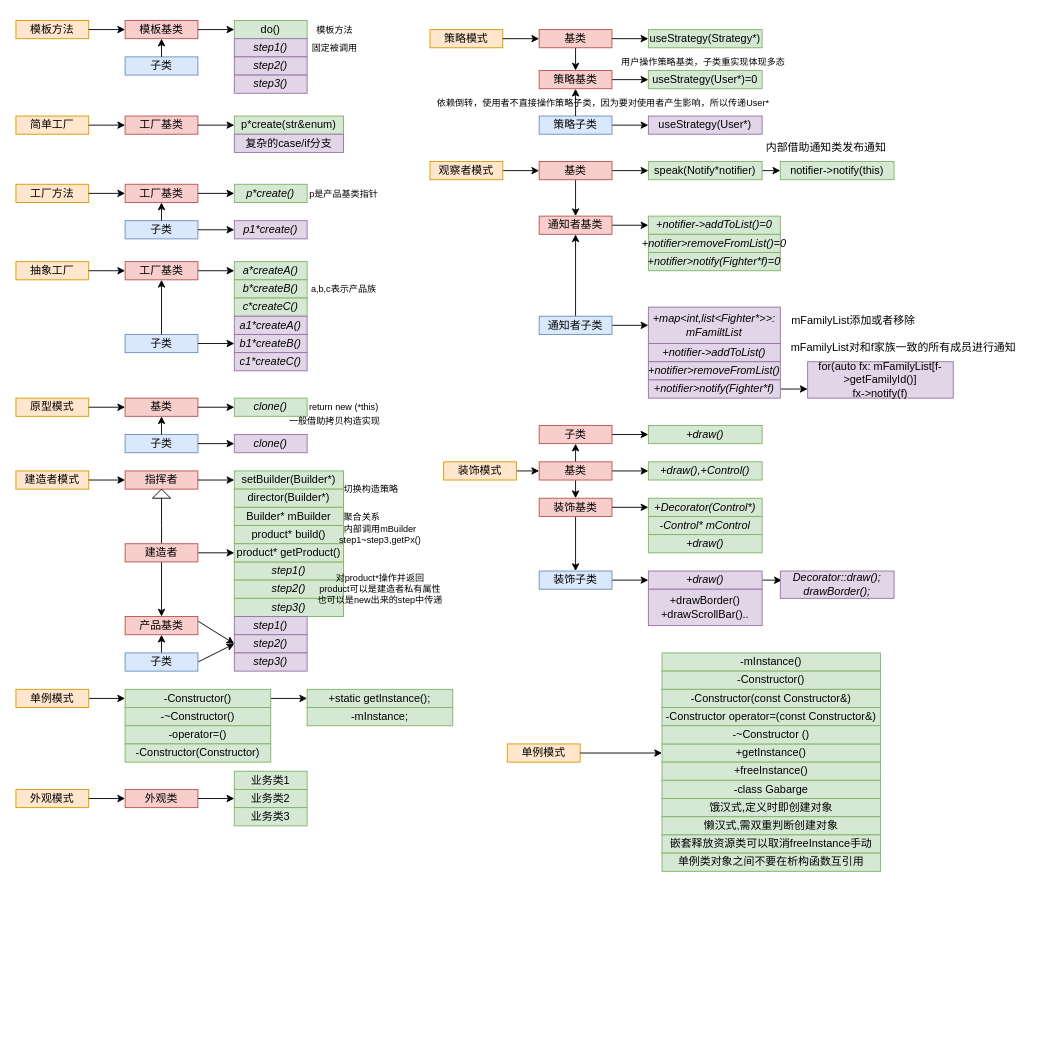
This is designMode.drawio from chenbei97/C--DesignMode, a draw.io file, before an edit. Source tidied: cells renumbered, new cells numbered last; positions are measured from the earlier drawing's top-left corner, leaving out a move shared by most shapes. Both pictures are drawn from the tidied source at 91%, with x=0, y=0 at pixel (15, 15).
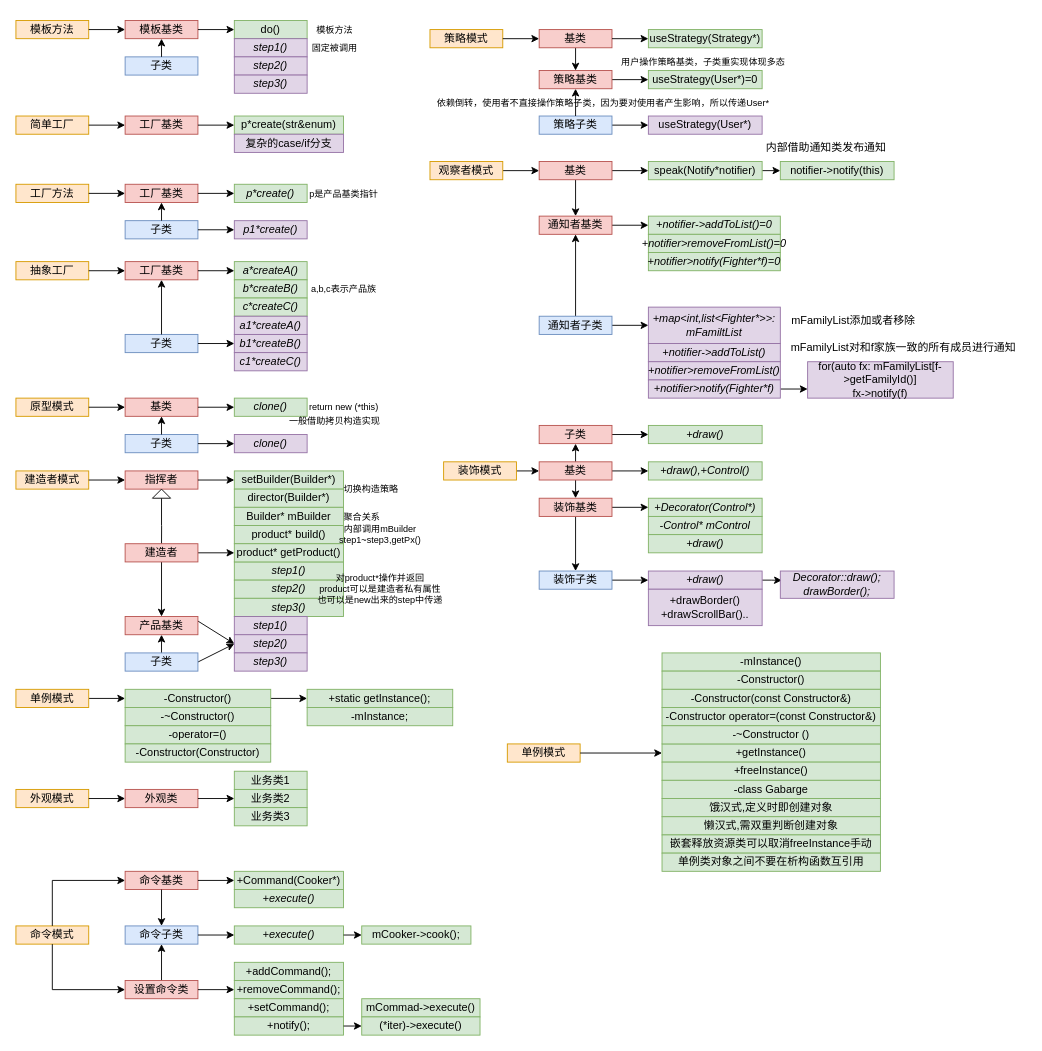
Above is the later version.

The edit, as a diff of the source:
```diff
@@
+    <mxCell id="185" style="group;" parent="1" vertex="1">
+      <mxGeometry y="940" width="510" height="180" as="geometry" />
+    </mxCell>
+    <mxCell id="186" value="命令模式" style="whiteSpace=wrap;html=1;fillColor=#ffe6cc;strokeColor=#d79b00;" parent="185" vertex="1">
+      <mxGeometry y="60" width="80" height="20" as="geometry" />
+    </mxCell>
+    <mxCell id="187" value="命令基类" style="whiteSpace=wrap;html=1;fillColor=#f8cecc;strokeColor=#b85450;" parent="185" vertex="1">
+      <mxGeometry x="120" width="80" height="20" as="geometry" />
+    </mxCell>
+    <mxCell id="188" style="edgeStyle=orthogonalEdgeStyle;html=1;exitX=0.5;exitY=0;exitDx=0;exitDy=0;entryX=0;entryY=0.5;entryDx=0;entryDy=0;rounded=0;" parent="185" edge="1" source="186" target="187">
+      <mxGeometry relative="1" as="geometry" />
+    </mxCell>
+    <mxCell id="189" value="命令子类" style="whiteSpace=wrap;html=1;fillColor=#dae8fc;strokeColor=#6c8ebf;" parent="185" vertex="1">
+      <mxGeometry x="120" y="60" width="80" height="20" as="geometry" />
+    </mxCell>
+    <mxCell id="190" style="edgeStyle=none;html=1;exitX=0.5;exitY=1;exitDx=0;exitDy=0;" parent="185" edge="1" source="187" target="189">
+      <mxGeometry relative="1" as="geometry" />
+    </mxCell>
+    <mxCell id="191" value="+Command(Cooker*)" style="whiteSpace=wrap;html=1;fillColor=#d5e8d4;strokeColor=#82b366;" parent="185" vertex="1">
+      <mxGeometry x="240" width="120" height="20" as="geometry" />
+    </mxCell>
+    <mxCell id="192" style="edgeStyle=none;html=1;exitX=1;exitY=0.5;exitDx=0;exitDy=0;entryX=0;entryY=0.5;entryDx=0;entryDy=0;" parent="185" edge="1" source="187" target="191">
+      <mxGeometry relative="1" as="geometry" />
+    </mxCell>
+    <mxCell id="193" value="&lt;i&gt;+execute()&lt;/i&gt;" style="whiteSpace=wrap;html=1;fillColor=#d5e8d4;strokeColor=#82b366;" parent="185" vertex="1">
+      <mxGeometry x="240" y="20" width="120" height="20" as="geometry" />
+    </mxCell>
+    <mxCell id="194" value="&lt;i&gt;+execute()&lt;/i&gt;" style="whiteSpace=wrap;html=1;fillColor=#d5e8d4;strokeColor=#82b366;" parent="185" vertex="1">
+      <mxGeometry x="240" y="60" width="120" height="20" as="geometry" />
+    </mxCell>
+    <mxCell id="195" style="edgeStyle=orthogonalEdgeStyle;rounded=0;html=1;exitX=1;exitY=0.5;exitDx=0;exitDy=0;entryX=0;entryY=0.5;entryDx=0;entryDy=0;" parent="185" edge="1" source="189" target="194">
+      <mxGeometry relative="1" as="geometry" />
+    </mxCell>
+    <mxCell id="196" value="mCooker-&amp;gt;cook();" style="whiteSpace=wrap;html=1;fillColor=#d5e8d4;strokeColor=#82b366;" parent="185" vertex="1">
+      <mxGeometry x="380" y="60" width="120" height="20" as="geometry" />
+    </mxCell>
+    <mxCell id="197" style="edgeStyle=none;html=1;exitX=1;exitY=0.5;exitDx=0;exitDy=0;entryX=0;entryY=0.5;entryDx=0;entryDy=0;" parent="185" edge="1" source="194" target="196">
+      <mxGeometry relative="1" as="geometry" />
+    </mxCell>
+    <mxCell id="198" style="edgeStyle=none;html=1;exitX=0.5;exitY=0;exitDx=0;exitDy=0;entryX=0.5;entryY=1;entryDx=0;entryDy=0;" parent="185" edge="1" source="199" target="189">
+      <mxGeometry relative="1" as="geometry" />
+    </mxCell>
+    <mxCell id="199" value="设置命令类" style="whiteSpace=wrap;html=1;fillColor=#f8cecc;strokeColor=#b85450;" parent="185" vertex="1">
+      <mxGeometry x="120" y="120" width="80" height="20" as="geometry" />
+    </mxCell>
+    <mxCell id="200" style="edgeStyle=orthogonalEdgeStyle;rounded=0;html=1;exitX=0.5;exitY=1;exitDx=0;exitDy=0;entryX=0;entryY=0.5;entryDx=0;entryDy=0;" parent="185" edge="1" source="186" target="199">
+      <mxGeometry relative="1" as="geometry" />
+    </mxCell>
+    <mxCell id="201" value="+addCommand();" style="whiteSpace=wrap;html=1;fillColor=#d5e8d4;strokeColor=#82b366;" parent="185" vertex="1">
+      <mxGeometry x="240" y="100" width="120" height="20" as="geometry" />
+    </mxCell>
+    <mxCell id="202" value="+removeCommand();" style="whiteSpace=wrap;html=1;fillColor=#d5e8d4;strokeColor=#82b366;" parent="185" vertex="1">
+      <mxGeometry x="240" y="120" width="120" height="20" as="geometry" />
+    </mxCell>
+    <mxCell id="203" style="edgeStyle=orthogonalEdgeStyle;rounded=0;html=1;exitX=1;exitY=0.5;exitDx=0;exitDy=0;entryX=0;entryY=0.5;entryDx=0;entryDy=0;" parent="185" edge="1" source="199" target="202">
+      <mxGeometry relative="1" as="geometry" />
+    </mxCell>
+    <mxCell id="204" value="+setCommand();" style="whiteSpace=wrap;html=1;fillColor=#d5e8d4;strokeColor=#82b366;" parent="185" vertex="1">
+      <mxGeometry x="240" y="140" width="120" height="20" as="geometry" />
+    </mxCell>
+    <mxCell id="205" value="+notify();" style="whiteSpace=wrap;html=1;fillColor=#d5e8d4;strokeColor=#82b366;" parent="185" vertex="1">
+      <mxGeometry x="240" y="160" width="120" height="20" as="geometry" />
+    </mxCell>
+    <mxCell id="206" value="mCommad-&amp;gt;execute()" style="whiteSpace=wrap;html=1;fillColor=#d5e8d4;strokeColor=#82b366;" parent="185" vertex="1">
+      <mxGeometry x="380" y="140" width="130" height="20" as="geometry" />
+    </mxCell>
+    <mxCell id="207" value="(*iter)-&amp;gt;execute()" style="whiteSpace=wrap;html=1;fillColor=#d5e8d4;strokeColor=#82b366;" parent="185" vertex="1">
+      <mxGeometry x="380" y="160" width="130" height="20" as="geometry" />
+    </mxCell>
+    <mxCell id="208" style="edgeStyle=none;html=1;exitX=1;exitY=0.5;exitDx=0;exitDy=0;" parent="185" edge="1" source="205" target="207">
+      <mxGeometry relative="1" as="geometry" />
+    </mxCell>
```
